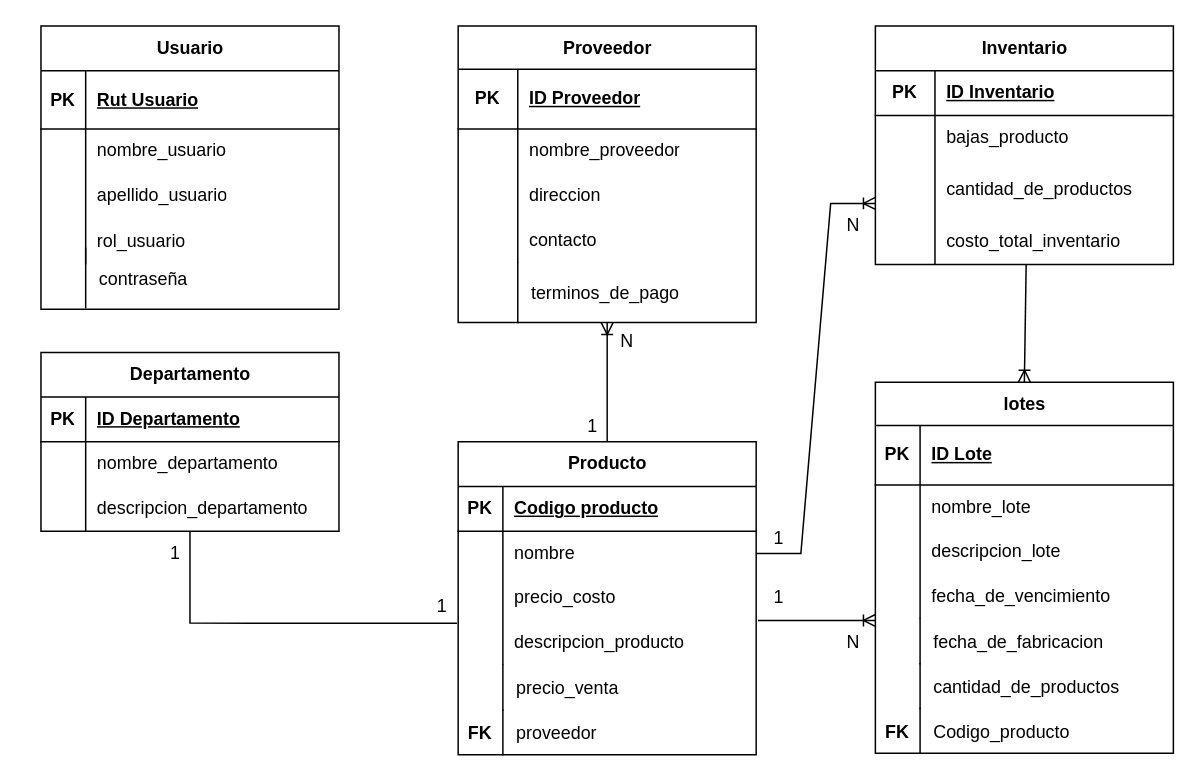
This is page "Page-1" (1 of 3) of Diagrama de colaboracion.drawio from JotaMont/Evaluacion-2-Front-End, a draw.io file, before an edit. Source tidied: cells renumbered, new cells numbered last; positions are measured from the earlier drawing's top-left corner, leaving out a move shared by most shapes. Both pictures are drawn from the tidied source at 149%, with x=0, y=0 at pixel (25, 25).
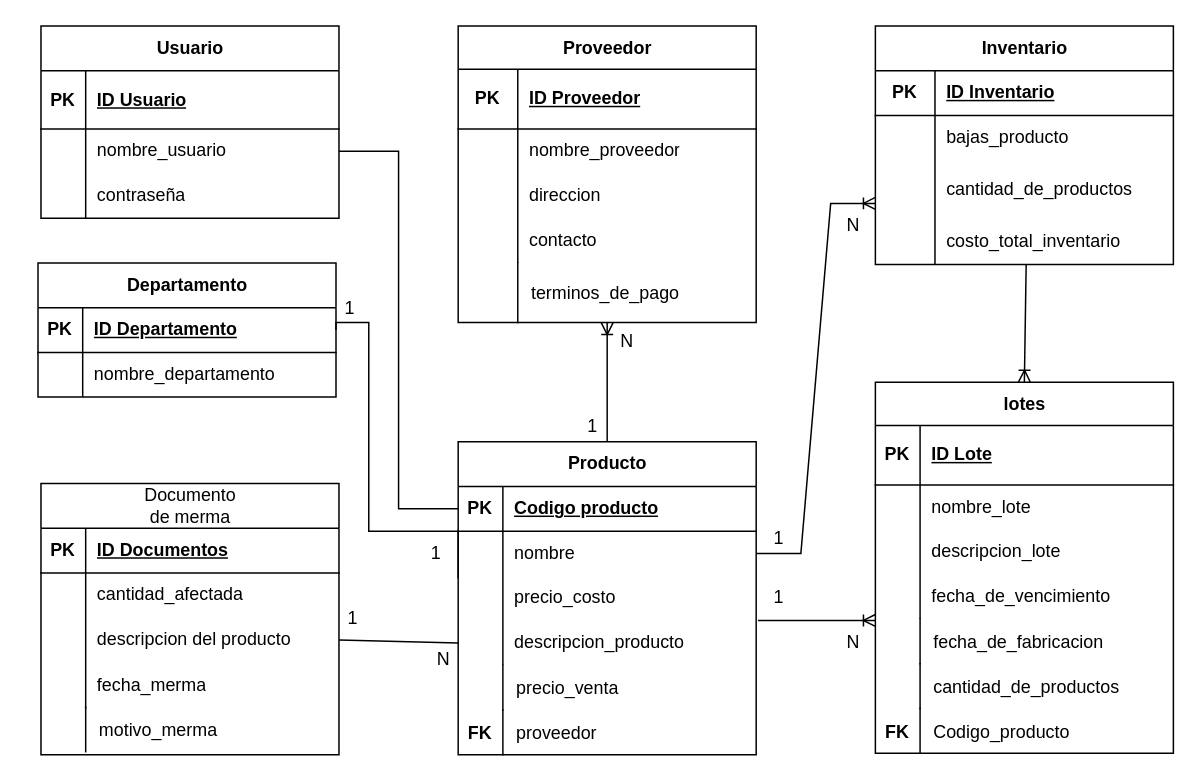
The same diagram, later.

Unchanged cells that the change refers to:
```xml
<mxCell id="48" style="shape=tableRow;horizontal=0;startSize=0;swimlaneHead=0;swimlaneBody=0;fillColor=none;points=[[0,0.5],[1,0.5]];portConstraint=eastwest;top=0;left=0;right=0;bottom=1;" parent="47" vertex="1">
  <mxGeometry y="30" width="200" height="30" as="geometry" />
</mxCell>
<mxCell id="57" style="shape=tableRow;horizontal=0;startSize=0;swimlaneHead=0;swimlaneBody=0;fillColor=none;points=[[0,0.5],[1,0.5]];portConstraint=eastwest;top=0;left=0;right=0;bottom=0;" parent="47" vertex="1">
  <mxGeometry y="120" width="200" height="30" as="geometry" />
</mxCell>
<mxCell id="76" style="shape=tableRow;horizontal=0;startSize=0;swimlaneHead=0;swimlaneBody=0;fillColor=none;points=[[0,0.5],[1,0.5]];portConstraint=eastwest;top=0;left=0;right=0;bottom=1;" parent="75" vertex="1">
  <mxGeometry y="30" width="200" height="30" as="geometry" />
</mxCell>
<mxCell id="90" style="shape=tableRow;horizontal=0;startSize=0;swimlaneHead=0;swimlaneBody=0;fillColor=none;top=0;left=0;right=0;bottom=1;" parent="89" vertex="1">
  <mxGeometry y="30" width="200" height="39" as="geometry" />
</mxCell>
<mxCell id="93" style="shape=tableRow;horizontal=0;startSize=0;swimlaneHead=0;swimlaneBody=0;fillColor=none;points=[[0,0.5],[1,0.5]];portConstraint=eastwest;top=0;left=0;right=0;bottom=0;" parent="89" vertex="1">
  <mxGeometry y="69" width="200" height="30" as="geometry" />
</mxCell>
<mxCell id="96" style="shape=tableRow;horizontal=0;startSize=0;swimlaneHead=0;swimlaneBody=0;fillColor=none;top=0;left=0;right=0;bottom=0;" parent="89" vertex="1">
  <mxGeometry y="99" width="200" height="30" as="geometry" />
</mxCell>
```

Change to the diagram source:
```diff
@@
     <mxCell id="75" value="Departamento" style="shape=table;startSize=30;childLayout=tableLayout;rowLines=0;fontStyle=1;align=center;html=1;" parent="1" vertex="1">
-      <mxGeometry x="10" y="219" width="200" height="120" as="geometry" />
+      <mxGeometry x="8" y="159" width="200" height="90" as="geometry" />
     </mxCell>
@@
-    <mxCell id="82" style="shape=tableRow;horizontal=0;startSize=0;swimlaneHead=0;swimlaneBody=0;fillColor=none;points=[[0,0.5],[1,0.5]];portConstraint=eastwest;top=0;left=0;right=0;bottom=0;" parent="75" vertex="1">
-      <mxGeometry y="90" width="200" height="30" as="geometry" />
-    </mxCell>
-    <mxCell id="83" style="shape=partialRectangle;fillColor=none;top=0;left=0;bottom=0;right=0;overflow=hidden;whiteSpace=wrap;html=1;" parent="82" vertex="1">
-      <mxGeometry width="30" height="30" as="geometry" />
-    </mxCell>
-    <mxCell id="84" value="descripcion_departamento" style="shape=partialRectangle;fillColor=none;top=0;left=0;bottom=0;right=0;align=left;spacingLeft=6;overflow=hidden;whiteSpace=wrap;html=1;" parent="82" vertex="1">
-      <mxGeometry x="30" width="170" height="30" as="geometry" />
-    </mxCell>
@@
-    <mxCell id="86" style="endArrow=none;html=1;rounded=0;edgeStyle=orthogonalEdgeStyle;entryX=-0.004;entryY=0.058;entryDx=0;entryDy=0;exitX=0.5;exitY=1;exitDx=0;exitDy=0;exitPerimeter=0;entryPerimeter=0;" parent="1" edge="1" source="82" target="57">
-      <mxGeometry relative="1" as="geometry" />
+    <mxCell id="86" style="endArrow=none;html=1;rounded=0;edgeStyle=orthogonalEdgeStyle;entryX=1;entryY=0.5;entryDx=0;entryDy=0;exitX=0.5;exitY=1;exitDx=0;exitDy=0;exitPerimeter=0;" parent="1" edge="1" target="76">
+      <mxGeometry relative="1" as="geometry">
+        <mxPoint x="290" y="370.7" as="sourcePoint" />
+        <Array as="points">
+          <mxPoint x="290" y="339" />
+          <mxPoint x="230" y="339" />
+          <mxPoint x="230" y="199" />
+          <mxPoint x="208" y="199" />
+        </Array>
+      </mxGeometry>
     </mxCell>
     <mxCell id="87" value="1" style="text;html=1;align=center;verticalAlign=middle;strokeColor=none;fillColor=none;" parent="1" vertex="1">
-      <mxGeometry x="264" y="375" width="30" height="30" as="geometry" />
+      <mxGeometry x="260" y="339" width="30" height="30" as="geometry" />
     </mxCell>
     <mxCell id="88" value="1" style="text;html=1;align=center;verticalAlign=middle;strokeColor=none;fillColor=none;" parent="1" vertex="1">
-      <mxGeometry x="85" y="339" width="30" height="30" as="geometry" />
+      <mxGeometry x="202" y="175" width="30" height="30" as="geometry" />
     </mxCell>
     <mxCell id="89" value="Usuario" style="shape=table;startSize=30;childLayout=tableLayout;rowLines=0;fontStyle=1;align=center;html=1;" parent="1" vertex="1">
-      <mxGeometry x="10" width="200" height="190" as="geometry" />
+      <mxGeometry x="10" width="200" height="129" as="geometry" />
     </mxCell>
@@
-    <mxCell id="92" value="Rut Usuario" style="shape=partialRectangle;fillColor=none;top=0;left=0;bottom=0;right=0;align=left;spacingLeft=6;fontStyle=5;overflow=hidden;whiteSpace=wrap;html=1;" parent="90" vertex="1">
+    <mxCell id="92" value="ID Usuario" style="shape=partialRectangle;fillColor=none;top=0;left=0;bottom=0;right=0;align=left;spacingLeft=6;fontStyle=5;overflow=hidden;whiteSpace=wrap;html=1;" parent="90" vertex="1">
       <mxGeometry x="30" width="170" height="39" as="geometry" />
     </mxCell>
@@
-    <mxCell id="98" value="apellido_usuario" style="shape=partialRectangle;fillColor=none;top=0;left=0;bottom=0;right=0;align=left;spacingLeft=6;overflow=hidden;whiteSpace=wrap;html=1;" parent="96" vertex="1">
+    <mxCell id="98" value="&lt;span style=&quot;text-wrap: nowrap;&quot;&gt;contraseña&lt;/span&gt;" style="shape=partialRectangle;fillColor=none;top=0;left=0;bottom=0;right=0;align=left;spacingLeft=6;overflow=hidden;whiteSpace=wrap;html=1;" parent="96" vertex="1">
       <mxGeometry x="30" width="170" height="30" as="geometry" />
     </mxCell>
-    <mxCell id="99" style="shape=tableRow;horizontal=0;startSize=0;swimlaneHead=0;swimlaneBody=0;fillColor=none;top=0;left=0;right=0;bottom=0;" parent="89" vertex="1">
-      <mxGeometry y="129" width="200" height="31" as="geometry" />
-    </mxCell>
+    <mxCell id="104" value="&lt;span style=&quot;font-weight: 400; text-wrap: wrap;&quot;&gt;Documento de merma&lt;/span&gt;" style="shape=table;startSize=30;childLayout=tableLayout;rowLines=0;fontStyle=1;align=center;html=1;" parent="1" vertex="1">
+      <mxGeometry x="10" y="307" width="200" height="182" as="geometry" />
+    </mxCell>
+    <mxCell id="105" style="shape=tableRow;horizontal=0;startSize=0;swimlaneHead=0;swimlaneBody=0;fillColor=none;top=0;left=0;right=0;bottom=1;" parent="104" vertex="1">
+      <mxGeometry y="30" width="200" height="30" as="geometry" />
+    </mxCell>
+    <mxCell id="106" value="PK" style="shape=partialRectangle;fillColor=none;top=0;left=0;bottom=0;right=0;fontStyle=1;overflow=hidden;whiteSpace=wrap;html=1;" parent="105" vertex="1">
+      <mxGeometry width="30" height="30" as="geometry" />
+    </mxCell>
+    <mxCell id="107" value="ID Documentos" style="shape=partialRectangle;fillColor=none;top=0;left=0;bottom=0;right=0;align=left;spacingLeft=6;fontStyle=5;overflow=hidden;whiteSpace=wrap;html=1;" parent="105" vertex="1">
+      <mxGeometry x="30" width="170" height="30" as="geometry" />
+    </mxCell>
+    <mxCell id="108" style="shape=tableRow;horizontal=0;startSize=0;swimlaneHead=0;swimlaneBody=0;fillColor=none;top=0;left=0;right=0;bottom=0;" parent="104" vertex="1">
+      <mxGeometry y="60" width="200" height="30" as="geometry" />
+    </mxCell>
+    <mxCell id="109" style="shape=partialRectangle;fillColor=none;top=0;left=0;bottom=0;right=0;overflow=hidden;whiteSpace=wrap;html=1;" parent="108" vertex="1">
+      <mxGeometry width="30" height="30" as="geometry" />
+    </mxCell>
+    <mxCell id="110" value="cantidad_afectada" style="shape=partialRectangle;fillColor=none;top=0;left=0;bottom=0;right=0;align=left;spacingLeft=6;overflow=hidden;whiteSpace=wrap;html=1;" parent="108" vertex="1">
+      <mxGeometry x="30" width="170" height="30" as="geometry" />
+    </mxCell>
+    <mxCell id="82" style="shape=tableRow;horizontal=0;startSize=0;swimlaneHead=0;swimlaneBody=0;fillColor=none;points=[[0,0.5],[1,0.5]];portConstraint=eastwest;top=0;left=0;right=0;bottom=0;" parent="104" vertex="1">
+      <mxGeometry y="90" width="200" height="30" as="geometry" />
+    </mxCell>
+    <mxCell id="111" style="shape=partialRectangle;fillColor=none;top=0;left=0;bottom=0;right=0;overflow=hidden;whiteSpace=wrap;html=1;" parent="82" vertex="1">
+      <mxGeometry width="30" height="30" as="geometry" />
+    </mxCell>
+    <mxCell id="112" value="descripcion del producto" style="shape=partialRectangle;fillColor=none;top=0;left=0;bottom=0;right=0;align=left;spacingLeft=6;overflow=hidden;whiteSpace=wrap;html=1;" parent="82" vertex="1">
+      <mxGeometry x="30" width="170" height="30" as="geometry" />
+    </mxCell>
+    <mxCell id="113" style="shape=tableRow;horizontal=0;startSize=0;swimlaneHead=0;swimlaneBody=0;fillColor=none;top=0;left=0;right=0;bottom=0;" parent="104" vertex="1">
+      <mxGeometry y="120" width="200" height="31" as="geometry" />
+    </mxCell>
-    <mxCell id="100" style="shape=partialRectangle;fillColor=none;top=0;left=0;bottom=0;right=0;overflow=hidden;whiteSpace=wrap;html=1;" parent="99" vertex="1">
+    <mxCell id="100" style="shape=partialRectangle;fillColor=none;top=0;left=0;bottom=0;right=0;overflow=hidden;whiteSpace=wrap;html=1;" parent="113" vertex="1">
       <mxGeometry width="30" height="31" as="geometry" />
     </mxCell>
-    <mxCell id="101" value="rol_usuario" style="shape=partialRectangle;fillColor=none;top=0;left=0;bottom=0;right=0;align=left;spacingLeft=6;overflow=hidden;whiteSpace=wrap;html=1;" parent="99" vertex="1">
-      <mxGeometry x="30" width="170" height="31" as="geometry" />
-    </mxCell>
-    <mxCell id="102" value="    contraseña" style="shape=partialRectangle;fillColor=none;align=left;verticalAlign=middle;strokeColor=none;spacingLeft=34;" parent="1" vertex="1">
-      <mxGeometry y="149" width="200" height="40" as="geometry" />
-    </mxCell>
-    <mxCell id="103" style="shape=partialRectangle;top=0;left=0;bottom=0;fillColor=none;stokeWidth=1;align=left;verticalAlign=middle;spacingLeft=4;spacingRight=4;overflow=hidden;" parent="102" vertex="1">
-      <mxGeometry width="40" height="40" as="geometry" />
-    </mxCell>
+    <mxCell id="114" value="fecha_merma" style="shape=partialRectangle;fillColor=none;top=0;left=0;bottom=0;right=0;align=left;spacingLeft=6;overflow=hidden;whiteSpace=wrap;html=1;" parent="113" vertex="1">
+      <mxGeometry x="30" width="170" height="31" as="geometry" />
+    </mxCell>
+    <mxCell id="115" value=" motivo_merma" style="shape=partialRectangle;fillColor=none;align=left;verticalAlign=middle;strokeColor=none;spacingLeft=34;" parent="1" vertex="1">
+      <mxGeometry x="10" y="457" width="200" height="30" as="geometry" />
+    </mxCell>
+    <mxCell id="116" style="shape=partialRectangle;top=0;left=0;bottom=0;fillColor=none;stokeWidth=1;align=left;verticalAlign=middle;spacingLeft=4;spacingRight=4;overflow=hidden;" parent="115" vertex="1">
+      <mxGeometry width="30" height="30" as="geometry" />
+    </mxCell>
+    <mxCell id="117" value="1" style="text;html=1;align=center;verticalAlign=middle;strokeColor=none;fillColor=none;" parent="1" vertex="1">
+      <mxGeometry x="204" y="383" width="30" height="30" as="geometry" />
+    </mxCell>
+    <mxCell id="118" value="N" style="text;html=1;align=center;verticalAlign=middle;strokeColor=none;fillColor=none;" parent="1" vertex="1">
+      <mxGeometry x="265" y="410" width="30" height="30" as="geometry" />
+    </mxCell>
+    <mxCell id="119" style="edgeStyle=orthogonalEdgeStyle;rounded=0;jettySize=auto;html=1;exitX=1;exitY=0.5;exitDx=0;exitDy=0;entryX=0;entryY=0.5;entryDx=0;entryDy=0;endArrow=none;endFill=0;" parent="1" edge="1" source="93" target="48">
+      <mxGeometry relative="1" as="geometry" />
+    </mxCell>
+    <mxCell id="120" style="endArrow=none;html=1;rounded=0;exitX=1;exitY=0.5;exitDx=0;exitDy=0;entryX=0;entryY=0.5;entryDx=0;entryDy=0;" parent="1" edge="1" source="82" target="57">
+      <mxGeometry relative="1" as="geometry" />
+    </mxCell>
```
